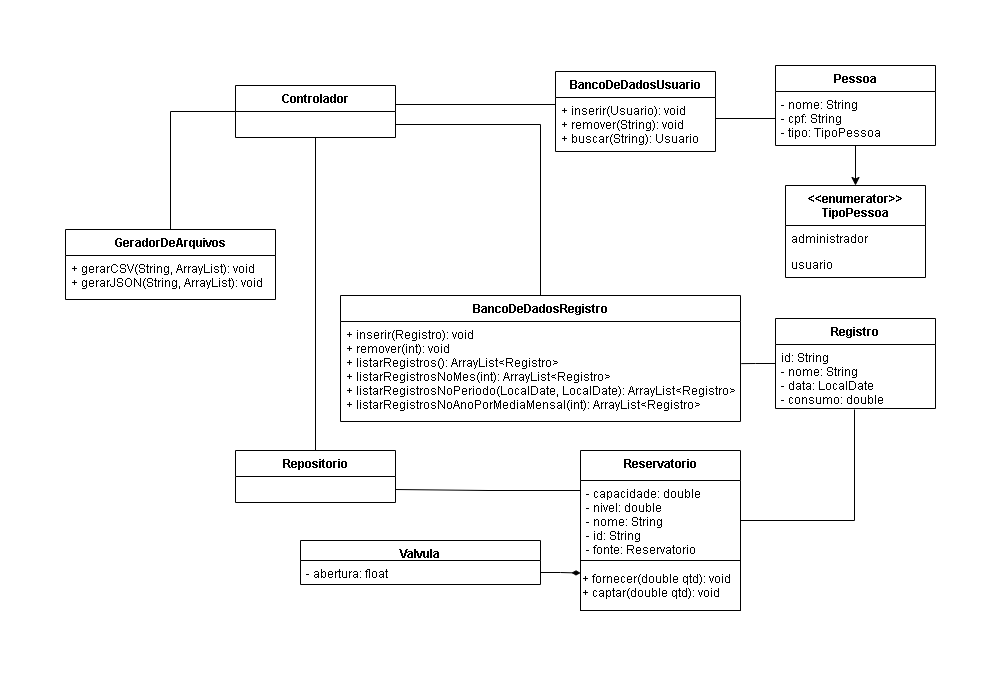
Earlier version of the draw.io export informações do projeto/entrega 02 - diagrama de classes UML/Waterway.png (ronaldo26rodrigues/Lifeway). Source tidied: cells renumbered, new cells last; positions are measured from the earlier drawing's top-left corner, leaving out a move shared by most shapes.
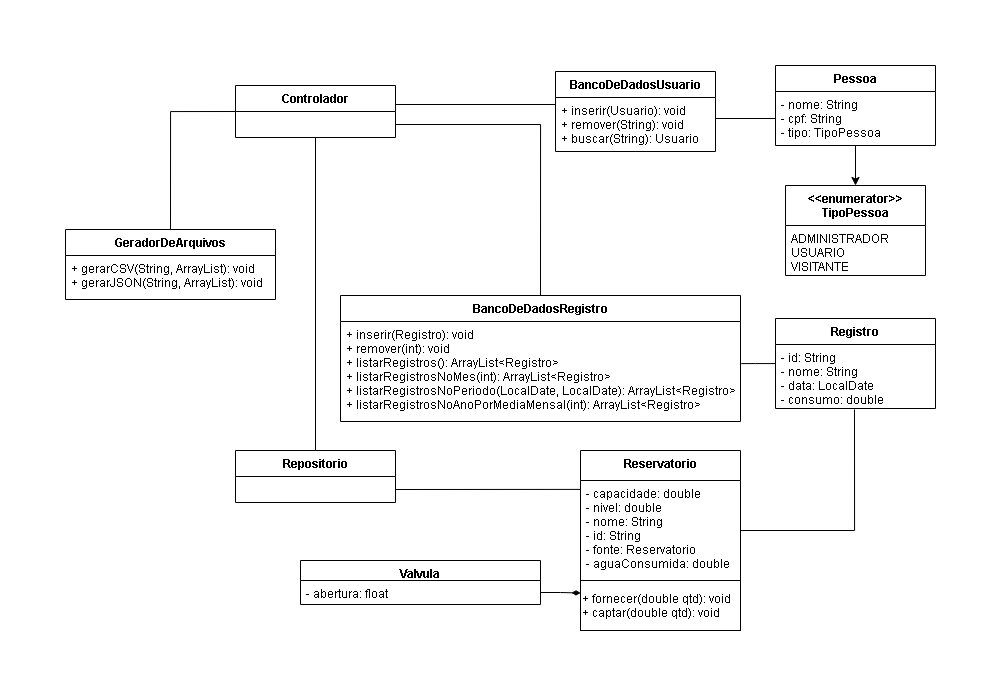
Above is the later version.

Commit message:
descrição das classes e diagrama atualizado

Change to the diagram source:
```diff
@@ -8,16 +8,16 @@
       </mxGeometry>
     </mxCell>
     <mxCell id="3" value="Reservatorio" style="swimlane;fontStyle=1;align=center;verticalAlign=top;horizontal=1;startSize=30;" parent="1" vertex="1">
-      <mxGeometry x="515" y="385" width="160" height="160" as="geometry" />
+      <mxGeometry x="515" y="385" width="160" height="180" as="geometry" />
     </mxCell>
-    <mxCell id="4" value="- capacidade: double&#10;- nivel: double&#10;- nome: String&#10;- id: String&#10;- fonte: Reservatorio" style="text;strokeColor=none;fillColor=none;align=left;verticalAlign=top;spacingLeft=4;spacingRight=4;overflow=hidden;points=[[0,0.5],[1,0.5]];portConstraint=eastwest;" parent="3" vertex="1">
-      <mxGeometry y="30" width="160" height="80" as="geometry" />
+    <mxCell id="4" value="- capacidade: double&#10;- nivel: double&#10;- nome: String&#10;- id: String&#10;- fonte: Reservatorio&#10;- aguaConsumida: double" style="text;strokeColor=none;fillColor=none;align=left;verticalAlign=top;spacingLeft=4;spacingRight=4;overflow=hidden;points=[[0,0.5],[1,0.5]];portConstraint=eastwest;" parent="3" vertex="1">
+      <mxGeometry y="30" width="160" height="100" as="geometry" />
     </mxCell>
     <mxCell id="5" value="+ fornecer(double qtd): void&lt;br&gt;+ captar(double qtd): void" style="html=1;align=left;" parent="3" vertex="1">
-      <mxGeometry y="110" width="160" height="50" as="geometry" />
+      <mxGeometry y="130" width="160" height="50" as="geometry" />
     </mxCell>
     <mxCell id="6" value="Valvula" style="swimlane;fontStyle=1;align=center;verticalAlign=top;horizontal=1;startSize=20;" parent="1" vertex="1">
-      <mxGeometry x="235" y="475" width="240" height="44" as="geometry" />
+      <mxGeometry x="235" y="495" width="240" height="44" as="geometry" />
     </mxCell>
     <mxCell id="7" value="- abertura: float" style="text;strokeColor=none;fillColor=none;align=left;verticalAlign=top;spacingLeft=4;spacingRight=4;overflow=hidden;points=[[0,0.5],[1,0.5]];portConstraint=eastwest;" parent="6" vertex="1">
       <mxGeometry y="20" width="240" height="24" as="geometry" />
@@ -28,7 +28,7 @@
     <mxCell id="9" value="Registro" style="swimlane;fontStyle=1;align=center;verticalAlign=top;horizontal=1;startSize=26;" parent="1" vertex="1">
       <mxGeometry x="710" y="253" width="160" height="90" as="geometry" />
     </mxCell>
-    <mxCell id="10" value="id: String&#10;- nome: String&#10;- data: LocalDate&#10;- consumo: double" style="text;strokeColor=none;fillColor=none;align=left;verticalAlign=top;spacingLeft=4;spacingRight=4;overflow=hidden;" parent="9" vertex="1">
+    <mxCell id="10" value="- id: String&#10;- nome: String&#10;- data: LocalDate&#10;- consumo: double" style="text;strokeColor=none;fillColor=none;align=left;verticalAlign=top;spacingLeft=4;spacingRight=4;overflow=hidden;" parent="9" vertex="1">
       <mxGeometry y="26" width="160" height="64" as="geometry" />
     </mxCell>
     <mxCell id="11" style="edgeStyle=orthogonalEdgeStyle;rounded=0;jettySize=auto;html=1;exitX=0.5;exitY=1;exitDx=0;exitDy=0;entryX=0.5;entryY=0;entryDx=0;entryDy=0;" parent="1" edge="1" source="12" target="21">
@@ -65,14 +65,11 @@
       <mxGeometry y="26" width="210" height="44" as="geometry" />
     </mxCell>
     <mxCell id="21" value="&lt;&lt;enumerator&gt;&gt;&#10;TipoPessoa" style="swimlane;fontStyle=1;horizontal=1;startSize=40;fillColor=none;" parent="1" vertex="1">
-      <mxGeometry x="720" y="120" width="140" height="92" as="geometry" />
+      <mxGeometry x="720" y="120" width="140" height="90" as="geometry" />
     </mxCell>
-    <mxCell id="22" value="administrador" style="text;strokeColor=none;fillColor=none;align=left;verticalAlign=top;spacingLeft=4;spacingRight=4;overflow=hidden;" parent="21" vertex="1">
-      <mxGeometry y="40" width="140" height="26" as="geometry" />
+    <mxCell id="22" value="ADMINISTRADOR&#10;USUARIO&#10;VISITANTE" style="text;strokeColor=none;fillColor=none;align=left;verticalAlign=top;spacingLeft=4;spacingRight=4;overflow=hidden;" parent="21" vertex="1">
+      <mxGeometry y="40" width="140" height="50" as="geometry" />
     </mxCell>
-    <mxCell id="23" value="usuario" style="text;strokeColor=none;fillColor=none;align=left;verticalAlign=top;spacingLeft=4;spacingRight=4;overflow=hidden;" parent="21" vertex="1">
-      <mxGeometry y="66" width="140" height="26" as="geometry" />
-    </mxCell>
     <mxCell id="24" style="edgeStyle=orthogonalEdgeStyle;rounded=0;jettySize=auto;html=1;endArrow=none;endFill=0;" parent="1" edge="1" target="13">
       <mxGeometry relative="1" as="geometry">
         <mxPoint x="650" y="53" as="sourcePoint" />
@@ -96,7 +93,7 @@
     <mxCell id="30" value="Repositorio" style="swimlane;fontStyle=1;align=center;verticalAlign=top;horizontal=1;startSize=26;" parent="1" vertex="1">
       <mxGeometry x="170" y="385" width="160" height="52" as="geometry" />
     </mxCell>
-    <mxCell id="31" style="edgeStyle=orthogonalEdgeStyle;rounded=0;jettySize=auto;html=1;entryX=1;entryY=0.75;entryDx=0;entryDy=0;startArrow=none;startFill=0;endArrow=none;endFill=0;exitX=0;exitY=0.25;exitDx=0;exitDy=0;" parent="1" edge="1" source="3" target="30">
+    <mxCell id="31" style="edgeStyle=orthogonalEdgeStyle;rounded=0;jettySize=auto;html=1;entryX=1;entryY=0.75;entryDx=0;entryDy=0;startArrow=none;startFill=0;endArrow=none;endFill=0;exitX=-0.003;exitY=0.089;exitDx=0;exitDy=0;exitPerimeter=0;" parent="1" edge="1" source="4" target="30">
       <mxGeometry relative="1" as="geometry" />
     </mxCell>
   </root>
```
